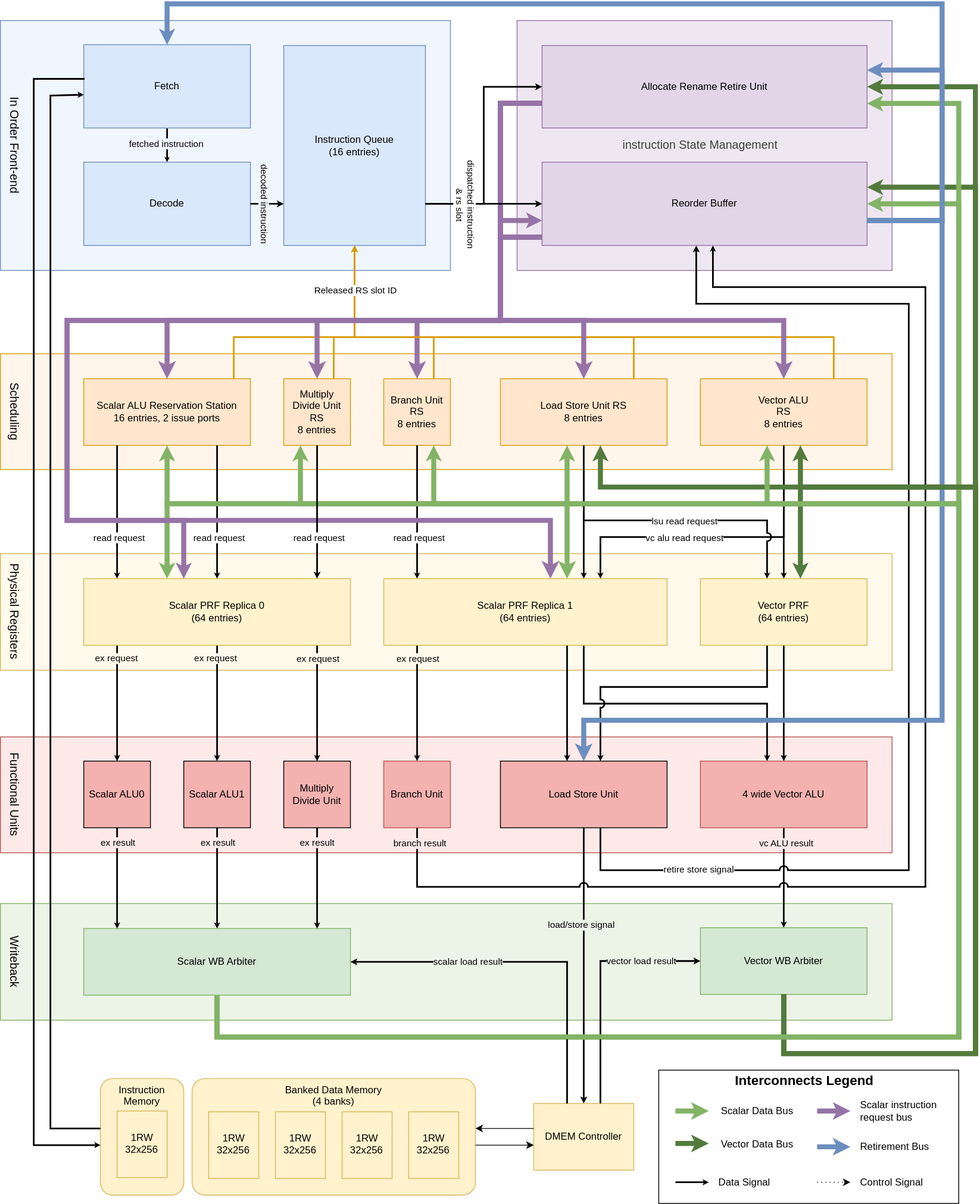
Above: doc/block_diagram.drawio.svg in Ajsat3801/RISCV-SIMD_Processor (draw.io), before the change. Source tidied: cells renumbered, new cells last; positions are measured from the earlier drawing's top-left corner, leaving out a move shared by most shapes.
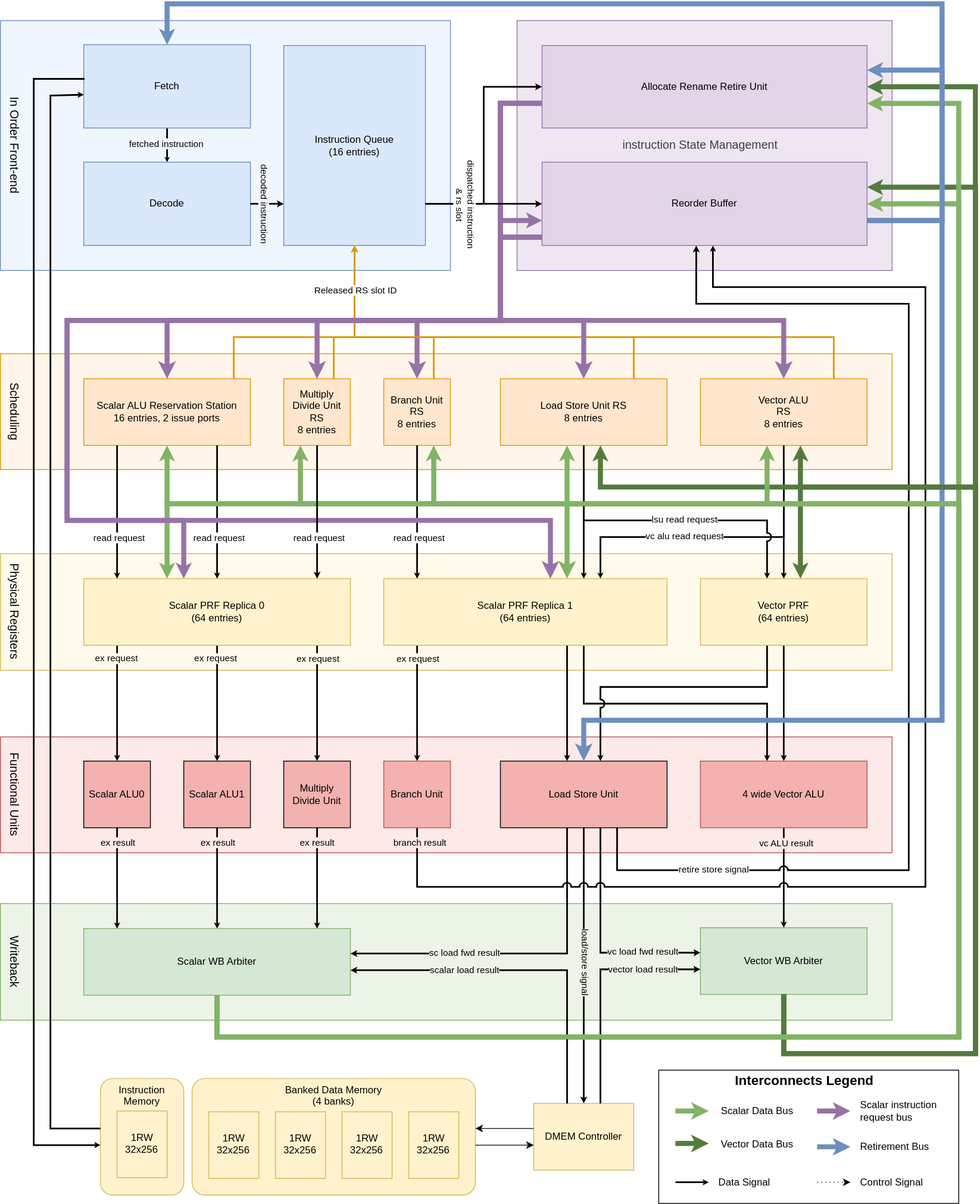
The same diagram one commit later.

What changed in the source:
```diff
@@ -2,12 +2,31 @@
   <root>
     <mxCell id="0" />
     <mxCell id="1" parent="0" />
+    <mxCell id="10" value="&lt;font style=&quot;font-size: 14px;&quot;&gt;Writeback&lt;/font&gt;" style="rounded=0;whiteSpace=wrap;html=1;fillColor=#ECF4E8;strokeColor=#82b366;textDirection=vertical-lr;align=left;spacingLeft=6;" parent="1" vertex="1">
+      <mxGeometry y="1080" width="1070" height="140" as="geometry" />
+    </mxCell>
+    <mxCell id="3" value="&lt;font style=&quot;font-size: 14px;&quot;&gt;Functional Units&lt;/font&gt;" style="rounded=0;whiteSpace=wrap;html=1;fillColor=light-dark(#fce9e8, #ededed);strokeColor=#b85450;align=left;textDirection=vertical-lr;spacingLeft=6;" parent="1" vertex="1">
+      <mxGeometry y="880" width="1070" height="139" as="geometry" />
+    </mxCell>
+    <mxCell id="137" style="edgeStyle=orthogonalEdgeStyle;html=1;exitX=0.5;exitY=1;exitDx=20;exitDy=0;exitPerimeter=0;entryX=0;entryY=0.5;entryDx=0;entryDy=-10;entryPerimeter=0;strokeWidth=2;endSize=2;rounded=0;curved=0;" parent="1" edge="1" source="30" target="33">
+      <mxGeometry relative="1" as="geometry" />
+    </mxCell>
+    <mxCell id="138" value="vc load fwd result" style="edgeLabel;html=1;align=center;verticalAlign=middle;labelBackgroundColor=light-dark(#ecf4e8, #ededed);" parent="137" vertex="1">
+      <mxGeometry x="0.39" relative="1" as="geometry">
+        <mxPoint x="13" y="-2" as="offset" />
+      </mxGeometry>
+    </mxCell>
+    <mxCell id="139" style="edgeStyle=orthogonalEdgeStyle;html=1;exitX=0.5;exitY=1;exitDx=-20;exitDy=0;exitPerimeter=0;entryX=1;entryY=0.5;entryDx=0;entryDy=-10;entryPerimeter=0;strokeWidth=2;endSize=2;rounded=0;curved=0;" parent="1" edge="1" source="30" target="32">
+      <mxGeometry relative="1" as="geometry" />
+    </mxCell>
+    <mxCell id="140" value="sc load fwd result" style="edgeLabel;html=1;align=center;verticalAlign=middle;labelBackgroundColor=light-dark(#ecf4e8, #ededed);" parent="139" vertex="1">
+      <mxGeometry x="0.28" y="1" relative="1" as="geometry">
+        <mxPoint x="-12" y="-3" as="offset" />
+      </mxGeometry>
+    </mxCell>
     <mxCell id="2" value="&lt;font style=&quot;font-size: 14px;&quot;&gt;Physical Registers&lt;/font&gt;" style="rounded=0;whiteSpace=wrap;html=1;fillColor=#FFFAEB;strokeColor=#d6b656;textDirection=vertical-lr;align=left;spacingLeft=6;" parent="1" vertex="1">
       <mxGeometry y="660" width="1070" height="140" as="geometry" />
     </mxCell>
-    <mxCell id="3" value="&lt;font style=&quot;font-size: 14px;&quot;&gt;Functional Units&lt;/font&gt;" style="rounded=0;whiteSpace=wrap;html=1;fillColor=light-dark(#fce9e8, #ededed);strokeColor=#b85450;align=left;textDirection=vertical-lr;spacingLeft=6;" parent="1" vertex="1">
-      <mxGeometry y="880" width="1070" height="139" as="geometry" />
-    </mxCell>
     <mxCell id="4" style="edgeStyle=orthogonalEdgeStyle;html=1;exitX=1;exitY=1;exitDx=-100;exitDy=0;exitPerimeter=0;entryX=0.5;entryY=0;entryDx=-20;entryDy=0;strokeWidth=2;endSize=1;rounded=0;curved=0;entryPerimeter=0;" parent="1" edge="1" source="119" target="31">
       <mxGeometry relative="1" as="geometry">
         <Array as="points">
@@ -34,7 +53,7 @@
     </mxCell>
     <mxCell id="7" value="vc alu read request" style="edgeLabel;html=1;align=center;verticalAlign=middle;" parent="6" vertex="1">
       <mxGeometry x="0.14" y="1" relative="1" as="geometry">
-        <mxPoint x="-13" y="-1" as="offset" />
+        <mxPoint x="-13" y="-3" as="offset" />
       </mxGeometry>
     </mxCell>
     <mxCell id="8" style="edgeStyle=orthogonalEdgeStyle;html=1;exitX=0.5;exitY=1;exitDx=0;exitDy=0;exitPerimeter=0;entryX=0.5;entryY=0;entryDx=-20;entryDy=0;entryPerimeter=0;rounded=0;strokeWidth=2;endSize=1;jumpStyle=arc;jumpSize=8;" parent="1" edge="1" source="37" target="73">
@@ -47,17 +66,16 @@
     </mxCell>
     <mxCell id="9" value="lsu read request" style="edgeLabel;html=1;align=center;verticalAlign=middle;" parent="8" vertex="1">
       <mxGeometry x="-0.03" relative="1" as="geometry">
-        <mxPoint x="26" as="offset" />
+        <mxPoint x="26" y="-2" as="offset" />
       </mxGeometry>
     </mxCell>
-    <mxCell id="10" value="&lt;font style=&quot;font-size: 14px;&quot;&gt;Writeback&lt;/font&gt;" style="rounded=0;whiteSpace=wrap;html=1;fillColor=#ECF4E8;strokeColor=#82b366;textDirection=vertical-lr;align=left;spacingLeft=6;" parent="1" vertex="1">
-      <mxGeometry y="1080" width="1070" height="140" as="geometry" />
-    </mxCell>
     <mxCell id="11" style="edgeStyle=none;html=1;exitX=0.5;exitY=1;exitDx=0;exitDy=0;exitPerimeter=0;entryX=1;entryY=0;entryDx=-60;entryDy=0;entryPerimeter=0;endSize=2;strokeWidth=2;" parent="1" edge="1" source="30" target="125">
       <mxGeometry relative="1" as="geometry" />
     </mxCell>
-    <mxCell id="12" value="load/store signal" style="edgeLabel;html=1;align=center;verticalAlign=middle;labelBackgroundColor=light-dark(#ecf4e8, #ededed);" parent="11" vertex="1">
-      <mxGeometry x="-0.3" y="-4" relative="1" as="geometry" />
+    <mxCell id="12" value="load/store signal" style="edgeLabel;html=1;align=center;verticalAlign=middle;labelBackgroundColor=light-dark(#ecf4e8, #ededed);textDirection=vertical-lr;" parent="11" vertex="1">
+      <mxGeometry x="-0.3" y="-4" relative="1" as="geometry">
+        <mxPoint x="4" y="45" as="offset" />
+      </mxGeometry>
     </mxCell>
     <mxCell id="13" value="&lt;div&gt;&lt;span style=&quot;color: rgb(63, 63, 63); font-size: 14px; background-color: transparent;&quot;&gt;instruction State Management&lt;/span&gt;&lt;/div&gt;" style="rounded=0;whiteSpace=wrap;html=1;fillColor=#EEE7F1;strokeColor=#9673a6;align=center;direction=west;labelPosition=center;verticalLabelPosition=middle;verticalAlign=middle;spacingLeft=0;horizontal=0;textDirection=vertical-lr;spacingRight=0;spacingBottom=10;" parent="1" vertex="1">
       <mxGeometry x="620" y="20" width="450" height="300" as="geometry" />
@@ -82,13 +100,13 @@
     </mxCell>
     <mxCell id="17" value="branch result" style="edgeLabel;html=1;align=center;verticalAlign=middle;textDirection=vertical-lr;labelBackgroundColor=light-dark(#fce9e8, #ededed);horizontal=0;" parent="16" vertex="1">
       <mxGeometry x="-0.71" y="2" relative="1" as="geometry">
-        <mxPoint x="-175" y="-48" as="offset" />
+        <mxPoint x="-175" y="-49" as="offset" />
       </mxGeometry>
     </mxCell>
-    <mxCell id="18" style="edgeStyle=orthogonalEdgeStyle;html=1;exitX=0.5;exitY=1;exitDx=20;exitDy=0;exitPerimeter=0;entryX=0.5;entryY=1;entryDx=-10;entryDy=0;entryPerimeter=0;rounded=0;strokeWidth=2;endSize=2;jumpStyle=arc;jumpSize=8;" parent="1" edge="1" source="30" target="96">
+    <mxCell id="18" style="edgeStyle=orthogonalEdgeStyle;html=1;exitX=0.5;exitY=1;exitDx=40;exitDy=0;exitPerimeter=0;entryX=0.5;entryY=1;entryDx=-10;entryDy=0;entryPerimeter=0;rounded=0;strokeWidth=2;endSize=2;jumpStyle=arc;jumpSize=8;" parent="1" edge="1" source="30" target="96">
       <mxGeometry relative="1" as="geometry">
         <Array as="points">
-          <mxPoint x="720" y="1040" />
+          <mxPoint x="740" y="1040" />
           <mxPoint x="1090" y="1040" />
           <mxPoint x="1090" y="360" />
           <mxPoint x="835" y="360" />
@@ -130,16 +148,16 @@
     <mxCell id="29" value="Branch Unit" style="rounded=0;whiteSpace=wrap;html=1;fillColor=light-dark(#f3b2af, #512d2b);strokeColor=#b85450;" parent="1" vertex="1">
       <mxGeometry x="460" y="909" width="80" height="80" as="geometry" />
     </mxCell>
-    <mxCell id="30" value="Load Store Unit" style="rounded=0;whiteSpace=wrap;html=1;fillColor=light-dark(#f3b2af, #ededed);points=[[0,0,0,0,0],[0,0.25,0,0,0],[0,0.5,0,0,0],[0,0.75,0,0,0],[0,1,0,0,0],[0,1,0,20,0],[0.5,0,0,-20,0],[0.5,0,0,0,0],[0.5,0,0,20,0],[0.5,1,0,-10,0],[0.5,1,0,0,0],[0.5,1,0,20,0],[1,0,0,0,0],[1,0.25,0,0,0],[1,0.5,0,0,0],[1,0.75,0,0,0],[1,1,0,-20,0],[1,1,0,0,0]];" parent="1" vertex="1">
+    <mxCell id="30" value="Load Store Unit" style="rounded=0;whiteSpace=wrap;html=1;fillColor=light-dark(#f3b2af, #ededed);points=[[0,0,0,0,0],[0,0.25,0,0,0],[0,0.5,0,0,0],[0,0.75,0,0,0],[0,1,0,0,0],[0,1,0,20,0],[0.5,0,0,-20,0],[0.5,0,0,0,0],[0.5,0,0,20,0],[0.5,1,0,-20,0],[0.5,1,0,0,0],[0.5,1,0,20,0],[0.5,1,0,40,0],[1,0,0,0,0],[1,0.25,0,0,0],[1,0.5,0,0,0],[1,0.75,0,0,0],[1,1,0,0,0]];" parent="1" vertex="1">
       <mxGeometry x="600" y="909" width="200" height="80" as="geometry" />
     </mxCell>
     <mxCell id="31" value="4 wide Vector ALU" style="rounded=0;whiteSpace=wrap;html=1;fillColor=light-dark(#f3b2af, #512d2b);strokeColor=#b85450;points=[[0,0,0,0,0],[0,0.25,0,0,0],[0,0.5,0,0,0],[0,0.75,0,0,0],[0,1,0,0,0],[0.25,1,0,0,0],[0.5,0,0,-20,0],[0.5,0,0,0,0],[0.5,1,0,0,0],[0.75,0,0,0,0],[0.75,1,0,0,0],[1,0,0,0,0],[1,0.25,0,0,0],[1,0.5,0,0,0],[1,0.75,0,0,0],[1,1,0,0,0]];" parent="1" vertex="1">
       <mxGeometry x="840" y="909" width="200" height="80" as="geometry" />
     </mxCell>
-    <mxCell id="32" value="Scalar WB Arbiter" style="rounded=0;whiteSpace=wrap;html=1;points=[[0,0,0,0,0],[0,0,0,40,0],[0,0.25,0,0,0],[0,0.5,0,0,0],[0,0.75,0,0,0],[0,1,0,0,0],[0.25,1,0,0,0],[0.5,0,0,0,0],[0.5,1,0,0,0],[0.75,1,0,0,0],[1,0,0,-40,0],[1,0,0,0,0],[1,0.25,0,0,0],[1,0.5,0,0,0],[1,0.75,0,0,0],[1,1,0,0,0]];fillColor=#d5e8d4;strokeColor=#82b366;" parent="1" vertex="1">
+    <mxCell id="32" value="Scalar WB Arbiter" style="rounded=0;whiteSpace=wrap;html=1;points=[[0,0,0,0,0],[0,0,0,40,0],[0,0.25,0,0,0],[0,0.5,0,0,0],[0,0.75,0,0,0],[0,1,0,0,0],[0.25,1,0,0,0],[0.5,0,0,0,0],[0.5,1,0,0,0],[0.75,1,0,0,0],[1,0,0,-40,0],[1,0,0,0,0],[1,0.5,0,0,-10],[1,0.5,0,0,10],[1,1,0,0,0]];fillColor=#d5e8d4;strokeColor=#82b366;" parent="1" vertex="1">
       <mxGeometry x="100" y="1110" width="320" height="80" as="geometry" />
     </mxCell>
-    <mxCell id="33" value="Vector WB Arbiter" style="rounded=0;whiteSpace=wrap;html=1;points=[[0,0,0,0,0],[0,0,0,20,0],[0,0.25,0,0,0],[0,0.5,0,0,0],[0,0.75,0,0,0],[0,1,0,0,0],[0.25,1,0,0,0],[0.5,0,0,0,0],[0.5,1,0,0,0],[0.75,1,0,0,0],[1,0,0,-100,0],[1,0,0,0,0],[1,0.25,0,0,0],[1,0.5,0,0,0],[1,0.75,0,0,0],[1,1,0,0,0]];fillColor=#d5e8d4;strokeColor=#82b366;" parent="1" vertex="1">
+    <mxCell id="33" value="Vector WB Arbiter" style="rounded=0;whiteSpace=wrap;html=1;points=[[0,0,0,0,0],[0,0,0,20,0],[0,0.5,0,0,-10],[0,0.5,0,0,10],[0,0.75,0,0,0],[0,1,0,0,0],[0.25,1,0,0,0],[0.5,0,0,0,0],[0.5,1,0,0,0],[0.75,1,0,0,0],[1,0,0,-100,0],[1,0,0,0,0],[1,0.25,0,0,0],[1,0.5,0,0,0],[1,0.75,0,0,0],[1,1,0,0,0]];fillColor=#d5e8d4;strokeColor=#82b366;" parent="1" vertex="1">
       <mxGeometry x="840" y="1109" width="200" height="80" as="geometry" />
     </mxCell>
     <mxCell id="34" value="Scalar ALU Reservation Station&lt;div&gt;16 entries, 2 issue ports&lt;/div&gt;" style="rounded=0;whiteSpace=wrap;html=1;points=[[0,0,0,0,0],[0,0.25,0,0,0],[0,0.5,0,0,0],[0,0.75,0,0,0],[0,1,0,0,0],[0.2,1,0,0,0],[0.25,0,0,0,0],[0.5,0,0,0,0],[0.5,1,0,0,0],[0.75,0,0,0,0],[0.8,1,0,0,0],[1,0,0,-20,0],[1,0,0,0,0],[1,0.25,0,0,0],[1,0.5,0,0,0],[1,0.75,0,0,0],[1,1,0,0,0]];fillColor=#ffe6cc;strokeColor=#d79b00;" parent="1" vertex="1">
@@ -656,13 +674,13 @@
     <mxCell id="127" style="edgeStyle=none;html=1;exitX=1;exitY=0.5;exitDx=0;exitDy=10;exitPerimeter=0;entryX=0;entryY=0.5;entryDx=0;entryDy=10;entryPerimeter=0;" parent="1" edge="1" source="21" target="125">
       <mxGeometry relative="1" as="geometry" />
     </mxCell>
-    <mxCell id="128" style="edgeStyle=orthogonalEdgeStyle;html=1;exitX=1;exitY=0;exitDx=-40;exitDy=0;exitPerimeter=0;entryX=0;entryY=0.5;entryDx=0;entryDy=0;entryPerimeter=0;rounded=0;curved=0;strokeWidth=2;endSize=2;" parent="1" edge="1" source="125" target="33">
+    <mxCell id="128" style="edgeStyle=orthogonalEdgeStyle;html=1;exitX=1;exitY=0;exitDx=-40;exitDy=0;exitPerimeter=0;entryX=0;entryY=0.5;entryDx=0;entryDy=10;entryPerimeter=0;rounded=0;curved=0;strokeWidth=2;endSize=2;" parent="1" edge="1" source="125" target="33">
       <mxGeometry relative="1" as="geometry" />
     </mxCell>
     <mxCell id="129" value="vector load result" style="edgeLabel;html=1;align=center;verticalAlign=middle;labelBackgroundColor=light-dark(#ecf4e8, #ededed);" parent="128" vertex="1">
       <mxGeometry x="0.51" y="1" relative="1" as="geometry" />
     </mxCell>
-    <mxCell id="130" style="edgeStyle=orthogonalEdgeStyle;html=1;exitX=0;exitY=0;exitDx=40;exitDy=0;exitPerimeter=0;entryX=1;entryY=0.5;entryDx=0;entryDy=0;entryPerimeter=0;strokeWidth=2;rounded=0;curved=0;endSize=2;jumpStyle=none;" parent="1" edge="1" source="125" target="32">
+    <mxCell id="130" style="edgeStyle=orthogonalEdgeStyle;html=1;exitX=0;exitY=0;exitDx=40;exitDy=0;exitPerimeter=0;entryX=1;entryY=0.5;entryDx=0;entryDy=10;entryPerimeter=0;strokeWidth=2;rounded=0;curved=0;endSize=2;jumpStyle=none;" parent="1" edge="1" source="125" target="32">
       <mxGeometry relative="1" as="geometry" />
     </mxCell>
     <mxCell id="131" value="scalar load result" style="edgeLabel;html=1;align=center;verticalAlign=middle;labelBackgroundColor=light-dark(#ecf4e8, #ededed);" parent="130" vertex="1">
```
